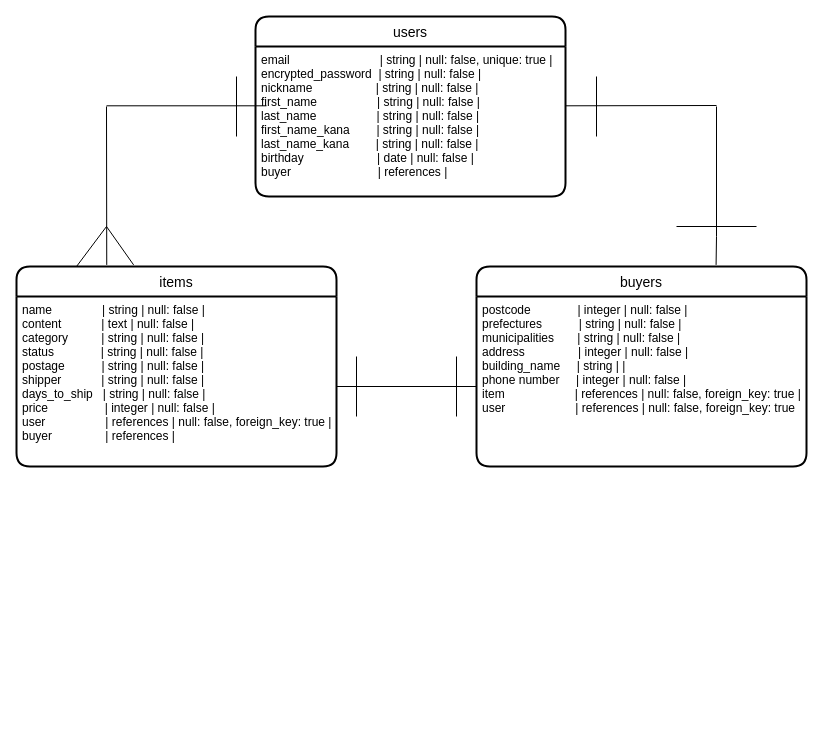
Earlier version of the draw.io diagram furima.dio (keima-d08/furima-37649). Source tidied: cells renumbered, new cells numbered last; positions are measured from the earlier drawing's top-left corner, leaving out a move shared by most shapes. Both pictures are drawn from the tidied source at 100%, with x=0, y=0 at pixel (16, 16).
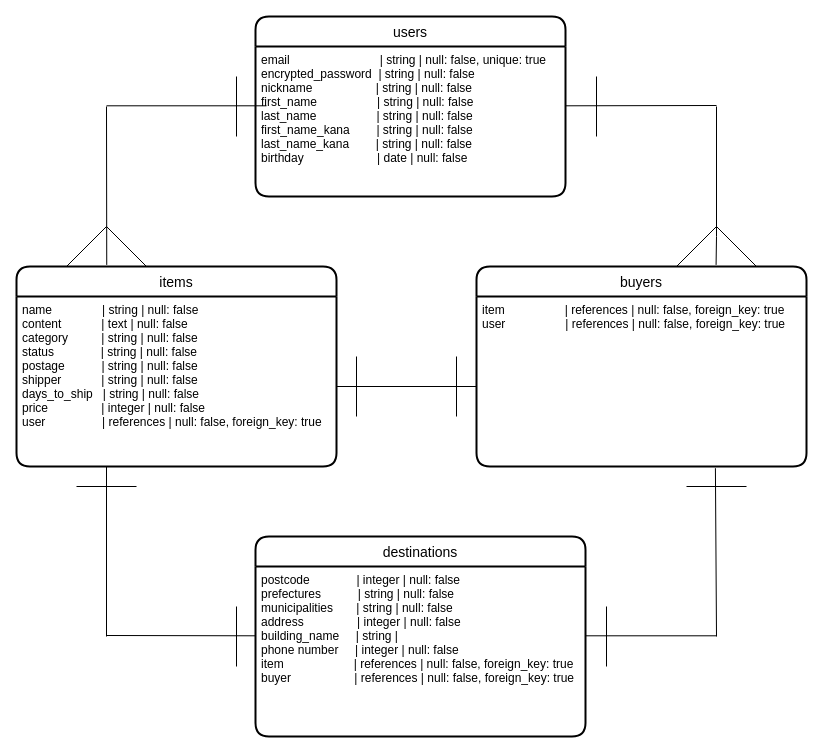
The same diagram, later.

The change refers to these unchanged cells:
```xml
<mxCell id="2" value="users" style="swimlane;horizontal=1;startSize=30;rounded=1;fontSize=14;fontStyle=0;strokeWidth=2;shadow=0;dashed=0;align=center;" parent="1" vertex="1">
  <mxGeometry x="239" width="310" height="180" as="geometry" />
</mxCell>
<mxCell id="4" value="items" style="swimlane;horizontal=1;startSize=30;rounded=1;fontSize=14;fontStyle=0;strokeWidth=2;shadow=0;dashed=0;align=center;" parent="1" vertex="1">
  <mxGeometry y="250" width="320" height="200" as="geometry" />
</mxCell>
<mxCell id="6" value="buyers" style="swimlane;horizontal=1;startSize=30;rounded=1;fontSize=14;fontStyle=0;strokeWidth=2;shadow=0;dashed=0;align=center;" parent="1" vertex="1">
  <mxGeometry x="460" y="250" width="330" height="200" as="geometry" />
</mxCell>
```

What changed in the source:
```diff
@@
-    <mxCell id="3" value=" email                           | string            |  null: false, unique: true            |&#10;encrypted_password  | string            |  null: false                          |&#10;nickname                   | string            |  null: false                          |&#10;first_name                  | string            |  null: false                          |&#10;last_name                  | string            |  null: false                          |&#10;first_name_kana        | string            |  null: false                          |&#10;last_name_kana        | string            |  null: false                          |&#10;birthday                      | date              |  null: false                          |&#10;buyer                          | references        | " style="align=left;strokeColor=none;fillColor=none;spacingLeft=4;fontSize=12;verticalAlign=top;" parent="2" vertex="1">
+    <mxCell id="3" value=" email                           | string            |  null: false, unique: true &#10;encrypted_password  | string            |  null: false &#10;nickname                   | string            |  null: false &#10;first_name                  | string            |  null: false &#10;last_name                  | string            |  null: false &#10;first_name_kana        | string            |  null: false &#10;last_name_kana        | string            |  null: false &#10;birthday                      | date              |  null: false  " style="align=left;strokeColor=none;fillColor=none;spacingLeft=4;fontSize=12;verticalAlign=top;" parent="2" vertex="1">
       <mxGeometry y="30" width="310" height="150" as="geometry" />
     </mxCell>
@@
-    <mxCell id="5" value="name               | string            |  null: false                          |&#10;content            | text              |  null: false                          |&#10;category          | string            |  null: false                          |&#10;status              | string            |  null: false                          |&#10;postage           | string            |  null: false                          |&#10;shipper            | string            |  null: false                          |&#10;days_to_ship   | string            |  null: false                          |&#10;price                 | integer           |  null: false                          |&#10;user                  | references        |  null: false, foreign_key: true       |&#10;buyer                | references        |                            " style="align=left;strokeColor=none;fillColor=none;spacingLeft=4;fontSize=12;verticalAlign=top;" parent="4" vertex="1">
+    <mxCell id="5" value="name               | string            |  null: false&#10;content            | text              |  null: false&#10;category          | string            |  null: false&#10;status              | string            |  null: false&#10;postage           | string            |  null: false&#10;shipper            | string            |  null: false&#10;days_to_ship   | string            |  null: false&#10;price                | integer           |  null: false&#10;user                 | references        |  null: false, foreign_key: true " style="align=left;strokeColor=none;fillColor=none;spacingLeft=4;fontSize=12;verticalAlign=top;" parent="4" vertex="1">
       <mxGeometry y="30" width="320" height="170" as="geometry" />
     </mxCell>
@@
-    <mxCell id="7" value="postcode              | integer           |  null: false                          |&#10;prefectures           | string            |  null: false                          |&#10;municipalities       | string            |  null: false                          |&#10;address                | integer           |  null: false                          |&#10;building_name     | string            |                                       |&#10;phone number     | integer           |  null: false                          |&#10;item                     | references        |  null: false, foreign_key: true       |&#10;user                     | references        |  null: false, foreign_key: true  " style="align=left;strokeColor=none;fillColor=none;spacingLeft=4;fontSize=12;verticalAlign=top;" parent="6" vertex="1">
+    <mxCell id="7" value="item                  | references        |  null: false, foreign_key: true &#10;user                  | references        |  null: false, foreign_key: true  " style="align=left;strokeColor=none;fillColor=none;spacingLeft=4;fontSize=12;verticalAlign=top;" parent="6" vertex="1">
       <mxGeometry y="30" width="330" height="170" as="geometry" />
     </mxCell>
@@
     <mxCell id="11" style="endArrow=none;html=1;rounded=0;strokeColor=default;" parent="1" edge="1">
       <mxGeometry relative="1" as="geometry">
-        <mxPoint x="660" y="210" as="sourcePoint" />
-        <mxPoint x="740" y="210" as="targetPoint" />
+        <mxPoint x="660" y="250" as="sourcePoint" />
+        <mxPoint x="740" y="250" as="targetPoint" />
+        <Array as="points">
+          <mxPoint x="700" y="210" />
+        </Array>
       </mxGeometry>
     </mxCell>
@@
-    <mxCell id="18" style="endArrow=none;html=1;rounded=0;strokeColor=default;entryX=0.366;entryY=-0.008;entryDx=0;entryDy=0;entryPerimeter=0;" parent="1" edge="1" target="4">
-      <mxGeometry relative="1" as="geometry">
-        <mxPoint x="60" y="250" as="sourcePoint" />
-        <Array as="points">
-          <mxPoint x="90" y="210" />
-        </Array>
-      </mxGeometry>
-    </mxCell>
+    <mxCell id="19" value="destinations" style="swimlane;horizontal=1;startSize=30;rounded=1;fontSize=14;fontStyle=0;strokeWidth=2;shadow=0;dashed=0;align=center;" parent="1" vertex="1">
+      <mxGeometry x="239" y="520" width="330" height="200" as="geometry" />
+    </mxCell>
+    <mxCell id="20" value="postcode              | integer           |  null: false &#10;prefectures           | string            |  null: false &#10;municipalities       | string            |  null: false &#10;address                | integer           |  null: false &#10;building_name     | string            | &#10;phone number     | integer           |  null: false &#10;item                     | references        |  null: false, foreign_key: true&#10;buyer                   | references        |  null: false, foreign_key: true " style="align=left;strokeColor=none;fillColor=none;spacingLeft=4;fontSize=12;verticalAlign=top;" parent="19" vertex="1">
+      <mxGeometry y="30" width="330" height="170" as="geometry" />
+    </mxCell>
+    <mxCell id="21" style="endArrow=none;html=1;rounded=0;strokeColor=default;" parent="1" edge="1">
+      <mxGeometry relative="1" as="geometry">
+        <mxPoint x="50" y="250" as="sourcePoint" />
+        <mxPoint x="130" y="250" as="targetPoint" />
+        <Array as="points">
+          <mxPoint x="90" y="210" />
+        </Array>
+      </mxGeometry>
+    </mxCell>
+    <mxCell id="22" style="endArrow=none;html=1;rounded=0;strokeColor=default;" parent="1" edge="1">
+      <mxGeometry relative="1" as="geometry">
+        <mxPoint x="569" y="619.3" as="sourcePoint" />
+        <mxPoint x="700" y="619.3" as="targetPoint" />
+      </mxGeometry>
+    </mxCell>
+    <mxCell id="23" style="endArrow=none;html=1;rounded=0;strokeColor=default;" parent="1" edge="1">
+      <mxGeometry relative="1" as="geometry">
+        <mxPoint x="90" y="619" as="sourcePoint" />
+        <mxPoint x="239" y="619.3" as="targetPoint" />
+      </mxGeometry>
+    </mxCell>
+    <mxCell id="24" style="endArrow=none;html=1;rounded=0;strokeColor=default;" parent="1" edge="1">
+      <mxGeometry relative="1" as="geometry">
+        <mxPoint x="90" y="450" as="sourcePoint" />
+        <mxPoint x="90" y="620" as="targetPoint" />
+      </mxGeometry>
+    </mxCell>
+    <mxCell id="25" style="endArrow=none;html=1;rounded=0;strokeColor=default;exitX=0.724;exitY=1.01;exitDx=0;exitDy=0;exitPerimeter=0;" parent="1" edge="1" source="7">
+      <mxGeometry relative="1" as="geometry">
+        <mxPoint x="700" y="620" as="targetPoint" />
+      </mxGeometry>
+    </mxCell>
+    <mxCell id="26" style="endArrow=none;html=1;rounded=0;strokeColor=default;" parent="1" edge="1">
+      <mxGeometry relative="1" as="geometry">
+        <mxPoint x="670" y="470" as="sourcePoint" />
+        <mxPoint x="730" y="470" as="targetPoint" />
+      </mxGeometry>
+    </mxCell>
+    <mxCell id="27" style="endArrow=none;html=1;rounded=0;strokeColor=default;" parent="1" edge="1">
+      <mxGeometry relative="1" as="geometry">
+        <mxPoint x="60" y="470" as="sourcePoint" />
+        <mxPoint x="120" y="470" as="targetPoint" />
+      </mxGeometry>
+    </mxCell>
+    <mxCell id="28" style="endArrow=none;html=1;rounded=0;strokeColor=default;" parent="1" edge="1">
+      <mxGeometry relative="1" as="geometry">
+        <mxPoint x="590" y="650" as="sourcePoint" />
+        <mxPoint x="590" y="590" as="targetPoint" />
+      </mxGeometry>
+    </mxCell>
+    <mxCell id="29" style="endArrow=none;html=1;rounded=0;strokeColor=default;" parent="1" edge="1">
+      <mxGeometry relative="1" as="geometry">
+        <mxPoint x="220" y="650" as="sourcePoint" />
+        <mxPoint x="220" y="590" as="targetPoint" />
+      </mxGeometry>
+    </mxCell>
```
